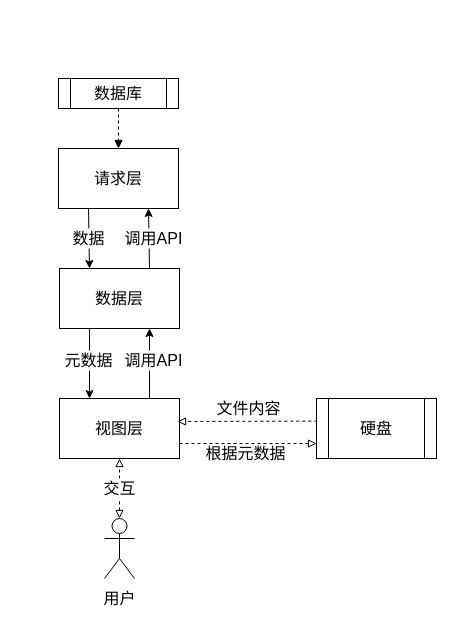
Earlier version of the draw.io diagram architecture.drawio (ZephyRTy/electron-gallery). Source tidied: cells renumbered, new cells numbered last; positions are measured from the earlier drawing's top-left corner, leaving out a move shared by most shapes. Both pictures are drawn from the tidied source at 100%, with x=0, y=0 at pixel (58, 78).
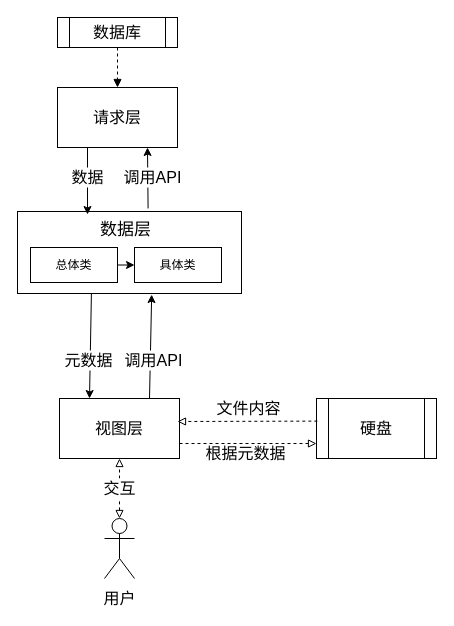
The same page after the edit.

The change refers to these unchanged cells:
```xml
<mxCell id="9" value="&lt;font style=&quot;font-size: 16px&quot;&gt;视图层&lt;/font&gt;" style="rounded=0;whiteSpace=wrap;html=1;fillColor=none;strokeColor=#000000;fontColor=#000000;" parent="1" vertex="1">
  <mxGeometry x="1" y="320" width="120" height="60" as="geometry" />
</mxCell>
```

The edit, as a diff of the source:
```diff
@@
-    <mxCell id="2" style="edgeStyle=none;html=1;exitX=0.25;exitY=1;exitDx=0;exitDy=0;entryX=0.25;entryY=0;entryDx=0;entryDy=0;fontSize=16;fontColor=#000000;fillColor=none;strokeColor=#000000;" parent="1" edge="1" source="3" target="6">
-      <mxGeometry relative="1" as="geometry" />
+    <mxCell id="2" style="edgeStyle=none;html=1;exitX=0.25;exitY=1;exitDx=0;exitDy=0;fontSize=16;fontColor=#000000;fillColor=none;strokeColor=#000000;" parent="1" edge="1" source="3">
+      <mxGeometry relative="1" as="geometry">
+        <mxPoint x="29" y="136" as="targetPoint" />
+      </mxGeometry>
     </mxCell>
     <mxCell id="3" value="&lt;font style=&quot;font-size: 16px&quot;&gt;请求层&lt;/font&gt;" style="rounded=0;whiteSpace=wrap;html=1;fillColor=none;strokeColor=#000000;fontColor=#000000;" parent="1" vertex="1">
-      <mxGeometry y="70" width="120" height="60" as="geometry" />
+      <mxGeometry x="-1" y="9" width="120" height="60" as="geometry" />
     </mxCell>
-    <mxCell id="4" style="edgeStyle=none;exitX=0.75;exitY=0;exitDx=0;exitDy=0;entryX=0.75;entryY=1;entryDx=0;entryDy=0;fontSize=16;fontColor=#000000;fillColor=none;strokeColor=#000000;" parent="1" edge="1" source="6" target="3">
+    <mxCell id="4" style="edgeStyle=none;exitX=0.583;exitY=-0.037;exitDx=0;exitDy=0;entryX=0.75;entryY=1;entryDx=0;entryDy=0;fontSize=16;fontColor=#000000;fillColor=none;strokeColor=#000000;exitPerimeter=0;" parent="1" edge="1" source="6" target="3">
       <mxGeometry relative="1" as="geometry" />
     </mxCell>
-    <mxCell id="5" style="edgeStyle=none;html=1;exitX=0.25;exitY=1;exitDx=0;exitDy=0;entryX=0.25;entryY=0;entryDx=0;entryDy=0;fontSize=16;fontColor=#000000;fillColor=none;strokeColor=#000000;" parent="1" edge="1" source="6" target="9">
+    <mxCell id="5" style="edgeStyle=none;html=1;exitX=0.33;exitY=1.002;exitDx=0;exitDy=0;entryX=0.25;entryY=0;entryDx=0;entryDy=0;fontSize=16;fontColor=#000000;fillColor=none;strokeColor=#000000;exitPerimeter=0;" parent="1" edge="1" source="6" target="9">
       <mxGeometry relative="1" as="geometry" />
     </mxCell>
-    <mxCell id="6" value="&lt;font style=&quot;font-size: 16px&quot;&gt;数据层&lt;/font&gt;" style="rounded=0;whiteSpace=wrap;html=1;fillColor=none;strokeColor=#000000;fontColor=#000000;" parent="1" vertex="1">
-      <mxGeometry x="1" y="190" width="120" height="60" as="geometry" />
+    <mxCell id="6" style="rounded=0;whiteSpace=wrap;html=1;fillColor=none;strokeColor=#000000;fontColor=#000000;" parent="1" vertex="1">
+      <mxGeometry x="-41" y="133" width="224" height="82" as="geometry" />
     </mxCell>
-    <mxCell id="7" style="edgeStyle=none;html=1;exitX=0.75;exitY=0;exitDx=0;exitDy=0;entryX=0.75;entryY=1;entryDx=0;entryDy=0;fontSize=16;fontColor=#000000;fillColor=none;strokeColor=#000000;" parent="1" edge="1" source="9" target="6">
+    <mxCell id="7" style="edgeStyle=none;html=1;exitX=0.75;exitY=0;exitDx=0;exitDy=0;entryX=0.599;entryY=1.013;entryDx=0;entryDy=0;fontSize=16;fontColor=#000000;fillColor=none;strokeColor=#000000;entryPerimeter=0;" parent="1" edge="1" source="9" target="6">
       <mxGeometry relative="1" as="geometry" />
     </mxCell>
@@
     <mxCell id="11" value="数据库" style="shape=process;whiteSpace=wrap;html=1;backgroundOutline=1;fontSize=16;fillColor=none;strokeColor=#000000;fontColor=#000000;" parent="1" vertex="1">
-      <mxGeometry width="120" height="30" as="geometry" />
+      <mxGeometry x="-1" y="-61" width="120" height="30" as="geometry" />
     </mxCell>
     <mxCell id="12" value="数据" style="text;html=1;align=center;verticalAlign=middle;rounded=0;fontSize=16;fillColor=#FFFFFF;strokeColor=none;fontColor=#000000;strokeWidth=0;" parent="1" vertex="1">
-      <mxGeometry x="5" y="150" width="50" height="20" as="geometry" />
+      <mxGeometry x="4" y="89" width="50" height="20" as="geometry" />
     </mxCell>
@@
     <mxCell id="24" value="调用API" style="text;html=1;align=center;verticalAlign=middle;rounded=0;fontSize=16;fillColor=#FFFFFF;strokeColor=none;fontColor=#000000;strokeWidth=0;" parent="1" vertex="1">
-      <mxGeometry x="60" y="150" width="70" height="20" as="geometry" />
+      <mxGeometry x="59" y="89" width="70" height="20" as="geometry" />
     </mxCell>
+    <mxCell id="25" style="edgeStyle=none;html=1;exitX=1;exitY=0.5;exitDx=0;exitDy=0;entryX=0;entryY=0.5;entryDx=0;entryDy=0;" parent="1" edge="1" source="26" target="27">
+      <mxGeometry relative="1" as="geometry" />
+    </mxCell>
+    <mxCell id="26" value="总体类" style="rounded=0;whiteSpace=wrap;html=1;" parent="1" vertex="1">
+      <mxGeometry x="-28" y="169" width="87" height="35" as="geometry" />
+    </mxCell>
+    <mxCell id="27" value="具体类" style="rounded=0;whiteSpace=wrap;html=1;" parent="1" vertex="1">
+      <mxGeometry x="76" y="169" width="87" height="35" as="geometry" />
+    </mxCell>
+    <mxCell id="28" value="数据层" style="text;html=1;align=center;verticalAlign=middle;fillColor=none;strokeColor=none;rounded=0;fontSize=17;" parent="1" vertex="1">
+      <mxGeometry x="36" y="140" width="61" height="24" as="geometry" />
+    </mxCell>
```
